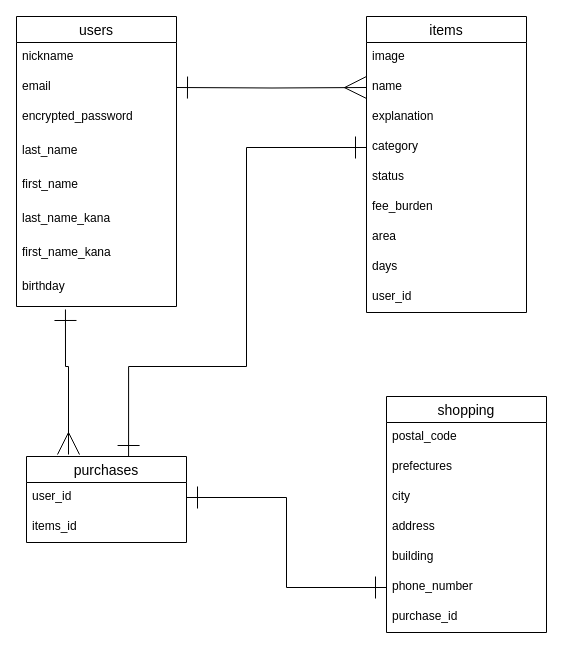
Earlier version of the draw.io diagram er.dio (Kinocas/furima-36567). Source tidied: cells renumbered, new cells numbered last; positions are measured from the earlier drawing's top-left corner, leaving out a move shared by most shapes. Both pictures are drawn from the tidied source at 100%, with x=0, y=0 at pixel (16, 16).
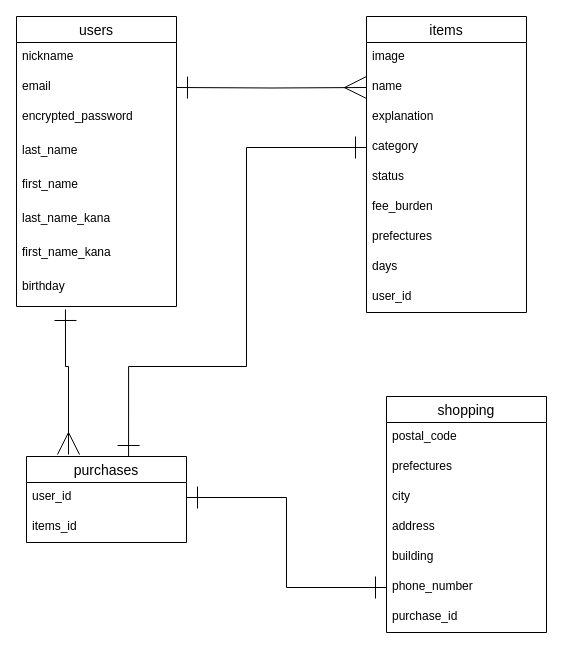
The same page after the edit.

Commit message (it also covers changes not shown here):
カラム名・型の変更、emailの一意制・itemsテーブルのアソシエーション追加

Unchanged cells that the change refers to:
```xml
<mxCell id="11" value="items" style="swimlane;fontStyle=0;horizontal=1;startSize=26;align=center;fontSize=14;" parent="1" vertex="1">
  <mxGeometry x="350" width="160" height="296" as="geometry" />
</mxCell>
```

The edit, as a diff of the source:
```diff
@@
-    <mxCell id="18" value="area" style="text;strokeColor=none;fillColor=none;spacingLeft=4;spacingRight=4;overflow=hidden;fontSize=12;" parent="11" vertex="1">
+    <mxCell id="18" value="prefectures" style="text;strokeColor=none;fillColor=none;spacingLeft=4;spacingRight=4;overflow=hidden;fontSize=12;" parent="11" vertex="1">
       <mxGeometry y="206" width="160" height="30" as="geometry" />
     </mxCell>
```
